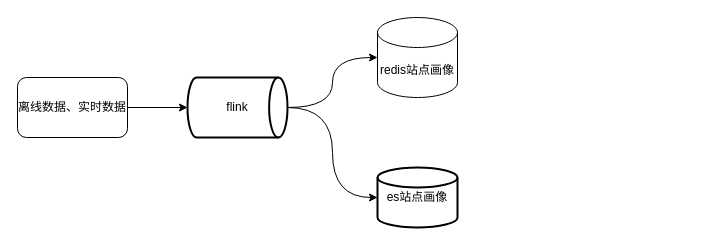
Above: esToredis.drawio in jackie-coming/draw (draw.io), before the change. Source tidied: cells renumbered, new cells numbered last; positions are measured from the earlier drawing's top-left corner, leaving out a move shared by most shapes. Both pictures are drawn from the tidied source at 100%, with x=0, y=0 at pixel (17, 17).
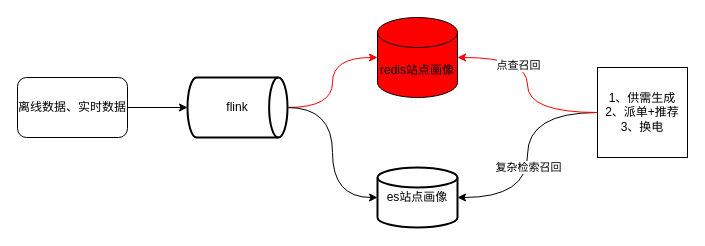
The same diagram, later.

Commit message:
方案一完善

What changed in the source:
```diff
@@
 <mxGraphModel>
   <root>
     <mxCell id="0" />
     <mxCell id="1" parent="0" />
     <mxCell id="2" value="离线数据、实时数据" style="rounded=1;whiteSpace=wrap;html=1;" parent="1" vertex="1">
       <mxGeometry y="60" width="110" height="60" as="geometry" />
     </mxCell>
-    <mxCell id="3" value="redis站点画像" style="shape=cylinder3;whiteSpace=wrap;html=1;boundedLbl=1;backgroundOutline=1;size=15;" parent="1" vertex="1">
+    <mxCell id="3" value="redis站点画像" style="shape=cylinder3;whiteSpace=wrap;html=1;boundedLbl=1;backgroundOutline=1;size=15;fillColor=#FF0000;" parent="1" vertex="1">
       <mxGeometry x="360" width="80" height="80" as="geometry" />
     </mxCell>
     <mxCell id="4" value="flink" style="strokeWidth=2;html=1;shape=mxgraph.flowchart.direct_data;whiteSpace=wrap;" parent="1" vertex="1">
       <mxGeometry x="170" y="60" width="100" height="60" as="geometry" />
     </mxCell>
     <mxCell id="5" value="es站点画像" style="strokeWidth=2;html=1;shape=mxgraph.flowchart.database;whiteSpace=wrap;" parent="1" vertex="1">
       <mxGeometry x="360" y="150" width="80" height="60" as="geometry" />
     </mxCell>
     <mxCell id="6" style="edgeStyle=orthogonalEdgeStyle;rounded=0;jettySize=auto;html=1;entryX=0;entryY=0.5;entryDx=0;entryDy=0;entryPerimeter=0;" parent="1" edge="1" source="2" target="4">
       <mxGeometry relative="1" as="geometry" />
     </mxCell>
-    <mxCell id="7" style="edgeStyle=orthogonalEdgeStyle;rounded=0;jettySize=auto;html=1;entryX=0;entryY=0.5;entryDx=0;entryDy=0;entryPerimeter=0;curved=1;" parent="1" edge="1" source="4" target="3">
+    <mxCell id="7" style="edgeStyle=orthogonalEdgeStyle;rounded=0;jettySize=auto;html=1;entryX=0;entryY=0.5;entryDx=0;entryDy=0;entryPerimeter=0;curved=1;strokeColor=#FF0000;" parent="1" edge="1" source="4" target="3">
       <mxGeometry relative="1" as="geometry" />
     </mxCell>
     <mxCell id="8" style="edgeStyle=orthogonalEdgeStyle;rounded=0;jettySize=auto;html=1;entryX=0;entryY=0.5;entryDx=0;entryDy=0;entryPerimeter=0;curved=1;" parent="1" edge="1" source="4" target="5">
       <mxGeometry relative="1" as="geometry" />
     </mxCell>
+    <mxCell id="9" value="1、供需生成&lt;br&gt;2、派单+推荐&lt;br&gt;3、换电" style="whiteSpace=wrap;html=1;" parent="1" vertex="1">
+      <mxGeometry x="580" y="50" width="90" height="90" as="geometry" />
+    </mxCell>
+    <mxCell id="10" style="edgeStyle=orthogonalEdgeStyle;rounded=0;jettySize=auto;html=1;entryX=1;entryY=0.5;entryDx=0;entryDy=0;entryPerimeter=0;curved=1;" parent="1" edge="1" source="9" target="5">
+      <mxGeometry relative="1" as="geometry" />
+    </mxCell>
+    <mxCell id="11" value="复杂检索召回" style="edgeLabel;html=1;align=center;verticalAlign=middle;" parent="10" vertex="1">
+      <mxGeometry x="0.1" relative="1" as="geometry" />
+    </mxCell>
+    <mxCell id="12" style="edgeStyle=orthogonalEdgeStyle;rounded=0;jettySize=auto;html=1;entryX=1;entryY=0.5;entryDx=0;entryDy=0;entryPerimeter=0;curved=1;strokeColor=#FF0000;" parent="1" edge="1" source="9" target="3">
+      <mxGeometry relative="1" as="geometry" />
+    </mxCell>
+    <mxCell id="13" value="点查召回" style="edgeLabel;html=1;align=center;verticalAlign=middle;" parent="12" vertex="1">
+      <mxGeometry x="0.38" y="7" relative="1" as="geometry" />
+    </mxCell>
   </root>
 </mxGraphModel>
```
